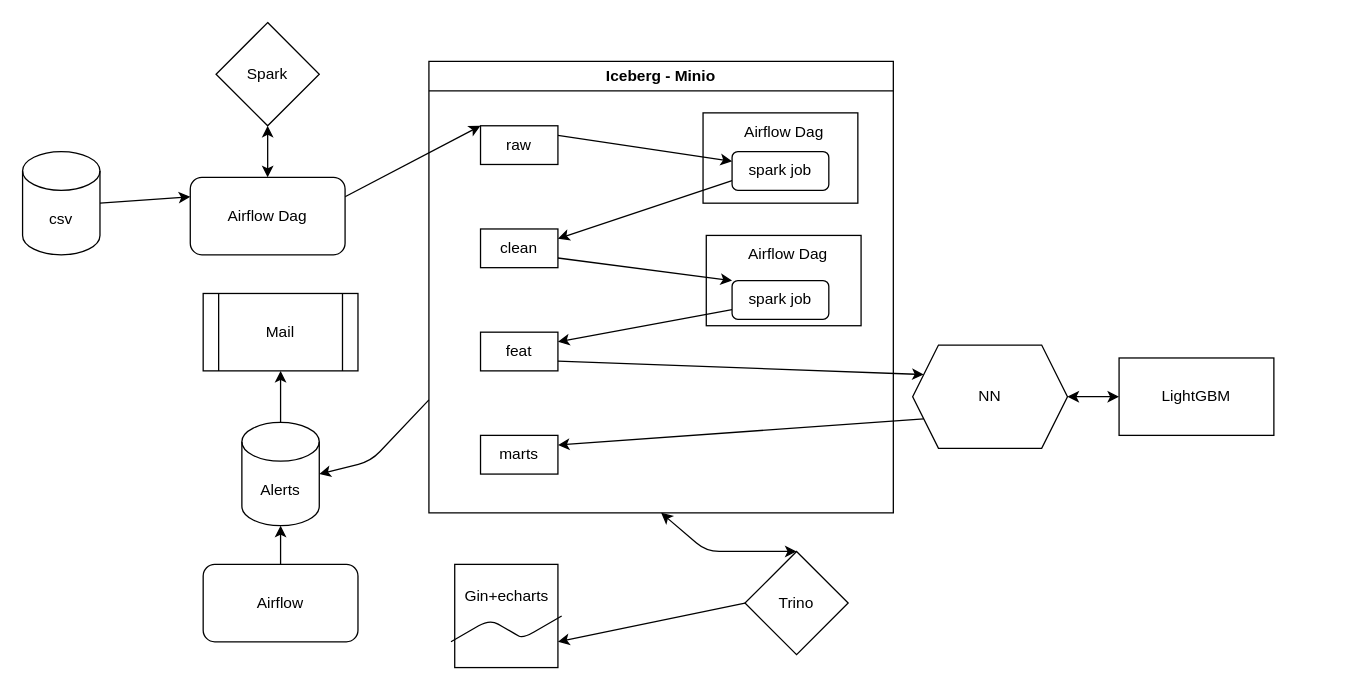
This is schema.drawio from Pfpfpfpfal/Cocoonbl, a draw.io file, before an edit. Source tidied: cells renumbered, new cells numbered last; positions are measured from the earlier drawing's top-left corner, leaving out a move shared by most shapes. Both pictures are drawn from the tidied source at 129%, with x=0, y=0 at pixel (22, 22).
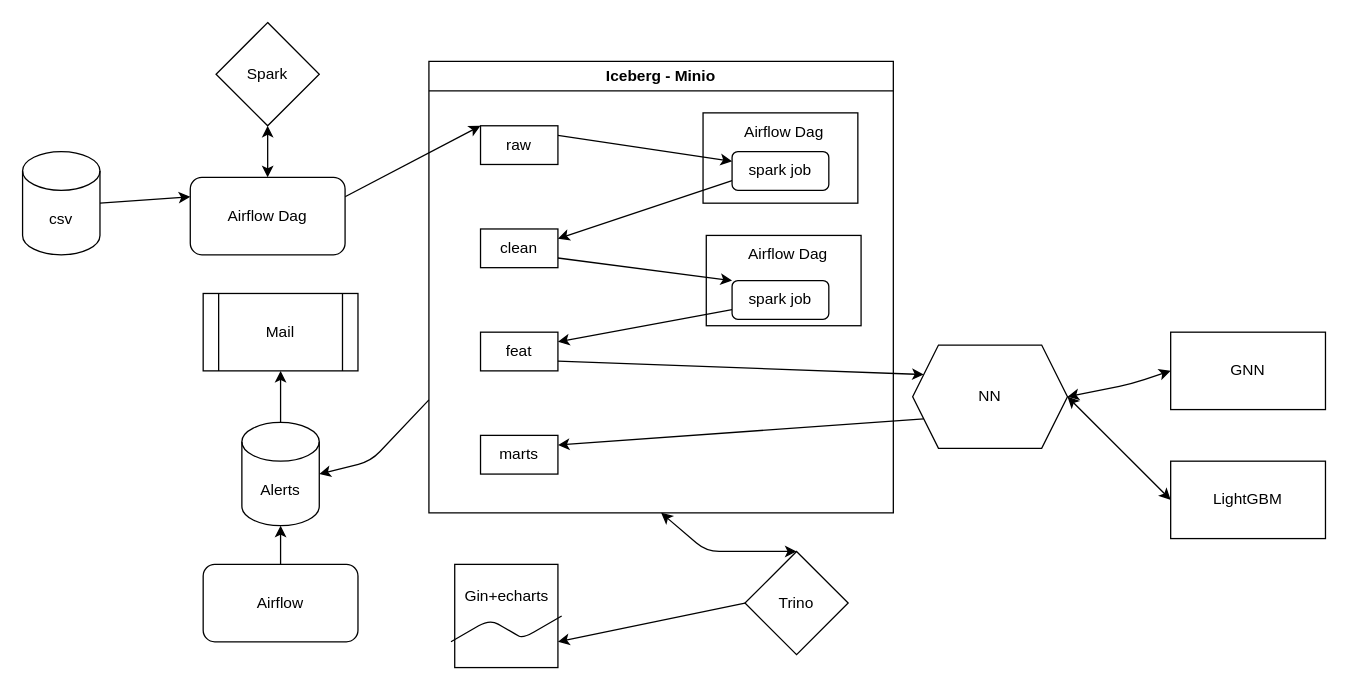
The same page after the edit.

Commit message:
Обовлена схема

The change refers to these unchanged cells:
```xml
<mxCell id="37" value="NN" style="shape=hexagon;perimeter=hexagonPerimeter2;whiteSpace=wrap;html=1;fixedSize=1;" parent="1" vertex="1">
  <mxGeometry x="690" y="250" width="120" height="80" as="geometry" />
</mxCell>
```

Diff of the diagram source:
```diff
@@
     <mxCell id="36" value="LightGBM" style="rounded=0;whiteSpace=wrap;html=1;" parent="1" vertex="1">
-      <mxGeometry x="850" y="260" width="120" height="60" as="geometry" />
+      <mxGeometry x="890" y="340" width="120" height="60" as="geometry" />
     </mxCell>
+    <mxCell id="40" style="edgeStyle=none;html=1;exitX=1;exitY=0.5;exitDx=0;exitDy=0;entryX=0;entryY=0.5;entryDx=0;entryDy=0;startArrow=classic;startFill=1;" parent="1" edge="1" source="37" target="41">
+      <mxGeometry relative="1" as="geometry">
+        <Array as="points">
+          <mxPoint x="860" y="280" />
+        </Array>
+      </mxGeometry>
+    </mxCell>
@@
+    <mxCell id="41" value="GNN" style="rounded=0;whiteSpace=wrap;html=1;" parent="1" vertex="1">
+      <mxGeometry x="890" y="240" width="120" height="60" as="geometry" />
+    </mxCell>
```
